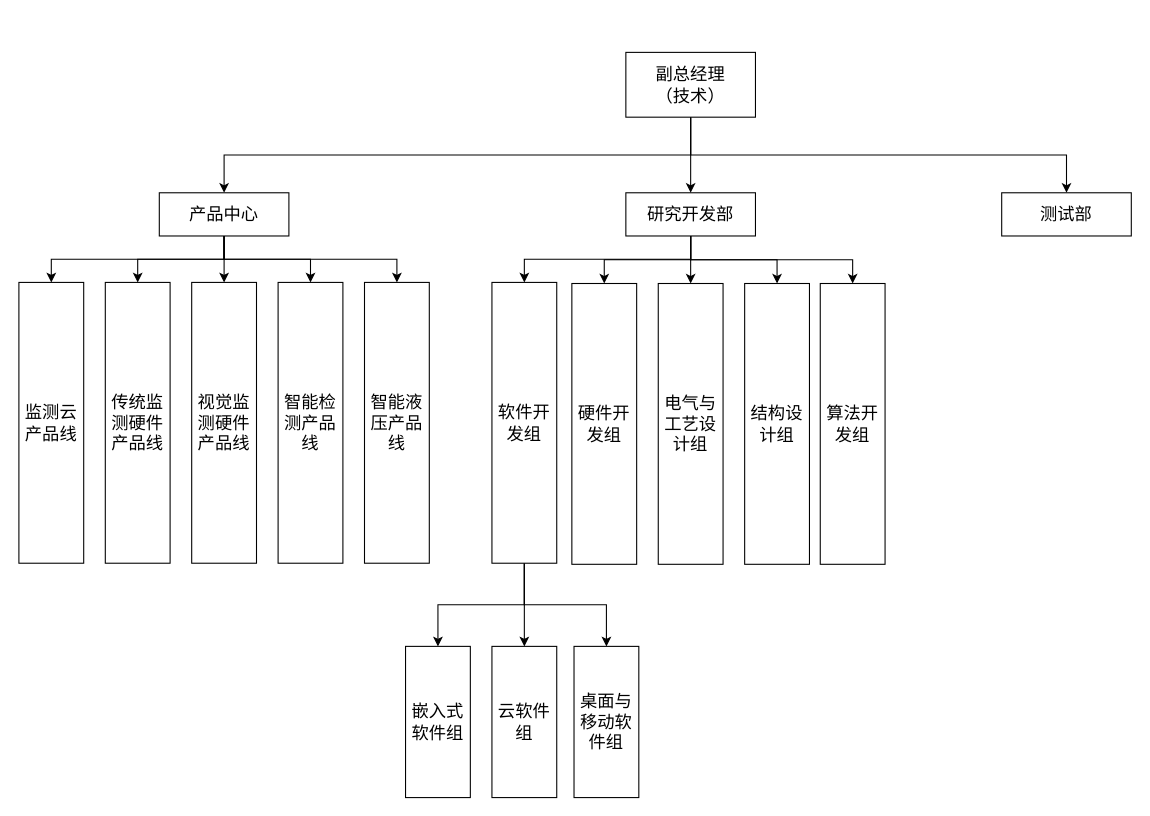
The draw.io diagram rd_department_arch.drawio in xuhui-toehold/drawings, before the edit. Source tidied: cells renumbered, new cells numbered last; positions are measured from the earlier drawing's top-left corner, leaving out a move shared by most shapes. Both pictures are drawn from the tidied source at 108%, with x=0, y=0 at pixel (18, 52).
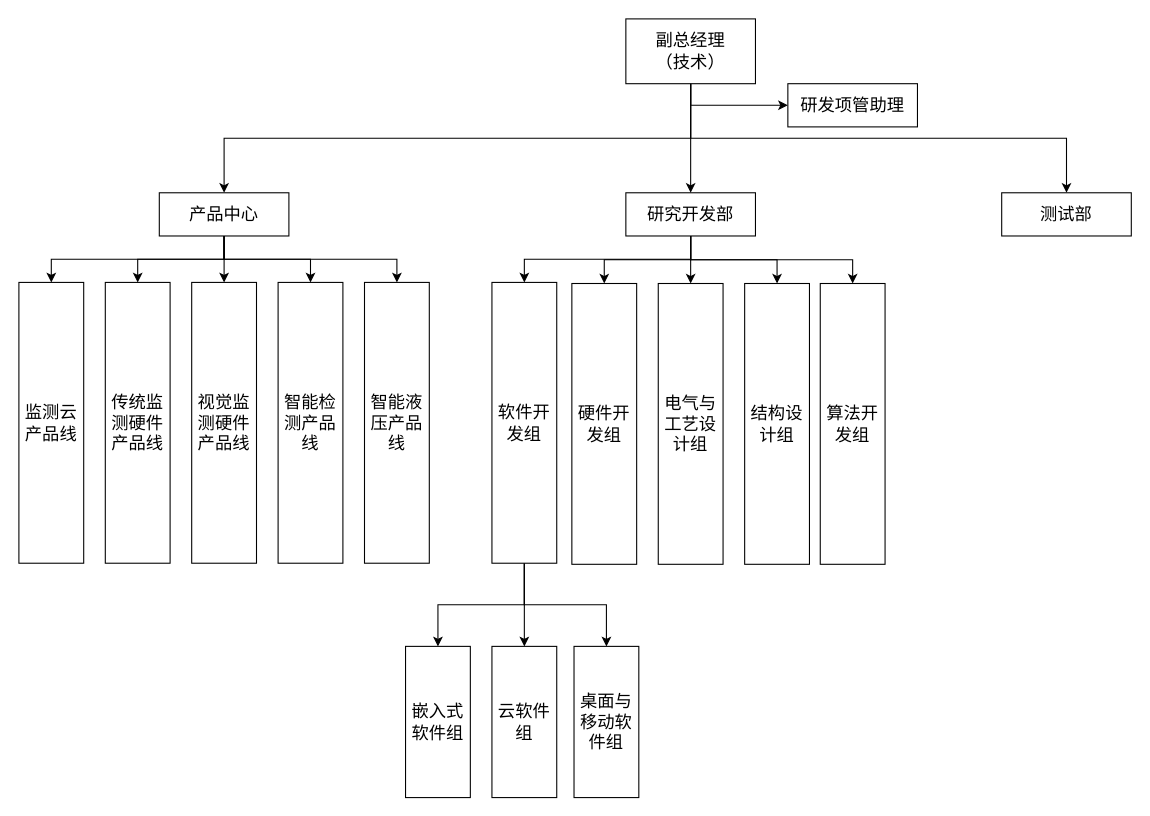
After the change.

Diff of the diagram source:
```diff
@@
+    <mxCell id="35" style="edgeStyle=orthogonalEdgeStyle;rounded=0;jettySize=auto;html=1;exitX=0.5;exitY=1;exitDx=0;exitDy=0;entryX=0;entryY=0.5;entryDx=0;entryDy=0;" parent="1" edge="1" source="4" target="36">
+      <mxGeometry relative="1" as="geometry" />
+    </mxCell>
     <mxCell id="4" value="副总经理&lt;div&gt;（技术）&lt;/div&gt;" style="rounded=0;whiteSpace=wrap;html=1;fontSize=16;" parent="1" vertex="1">
-      <mxGeometry x="562" width="120" height="60" as="geometry" />
+      <mxGeometry x="562" y="-31" width="120" height="60" as="geometry" />
     </mxCell>
@@
+    <mxCell id="36" value="研发项管助理" style="rounded=0;whiteSpace=wrap;html=1;fontSize=16;" parent="1" vertex="1">
+      <mxGeometry x="712" y="29" width="120" height="40" as="geometry" />
+    </mxCell>
```
